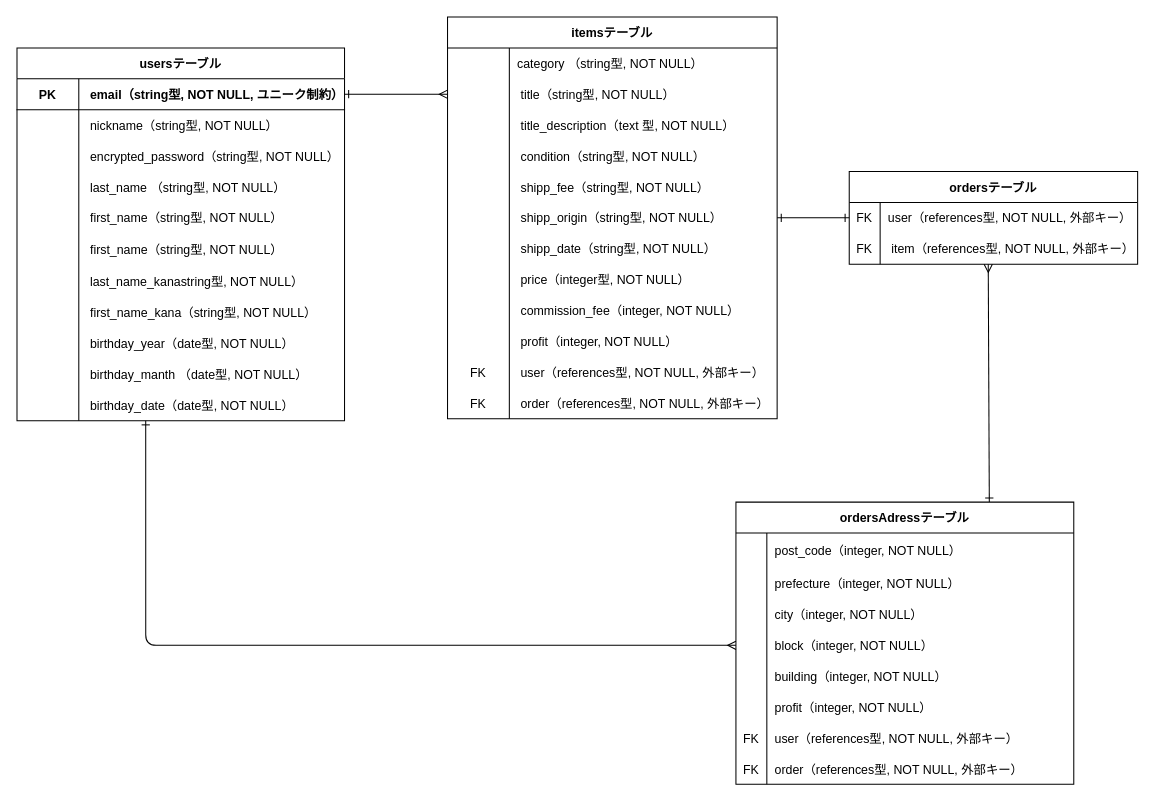
Before: ER.dio in kiyo0522/furima-40252, a draw.io diagram. Source tidied: cells renumbered, new cells numbered last; positions are measured from the earlier drawing's top-left corner, leaving out a move shared by most shapes. Both pictures are drawn from the tidied source at 103%, with x=0, y=0 at pixel (1, 16).
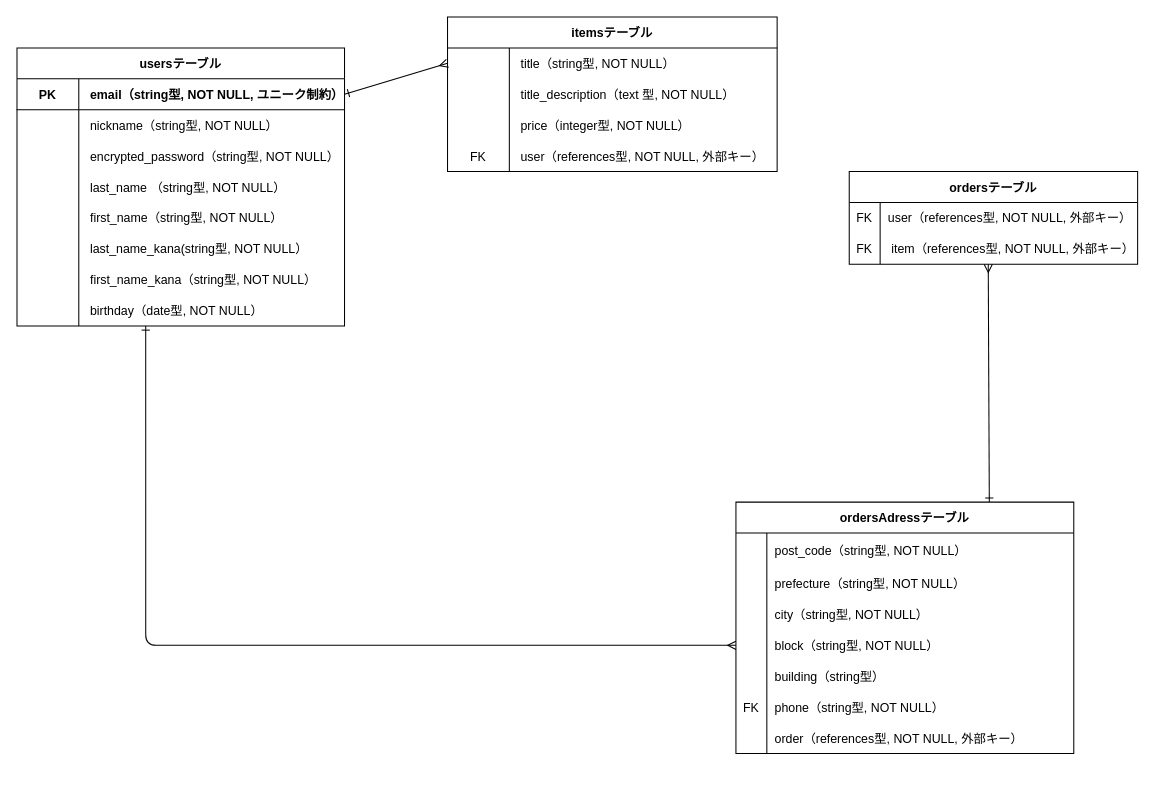
Above is the later version.

Commit message (it also covers changes not shown here):
データベース設計修正

The change refers to these unchanged cells:
```xml
<mxCell id="77" value="ordersテーブル" style="shape=table;startSize=30;childLayout=tableLayout;rowLines=0;fontStyle=1;align=center;strokeColor=default;" parent="1" vertex="1">
  <mxGeometry x="823" y="150" width="280" height="90" as="geometry" />
</mxCell>
<mxCell id="78" style="shape=tableRow;horizontal=0;startSize=0;swimlaneHead=0;swimlaneBody=0;fillColor=none;points=[[0,0.5],[1,0.5]];portConstraint=eastwest;top=0;left=0;right=0;bottom=0;strokeColor=default;" parent="77" vertex="1">
  <mxGeometry y="30" width="280" height="30" as="geometry" />
</mxCell>
<mxCell id="85" style="shape=tableRow;horizontal=0;startSize=0;swimlaneHead=0;swimlaneBody=0;fillColor=none;top=0;left=0;right=0;bottom=0;strokeColor=default;" parent="84" vertex="1">
  <mxGeometry y="30" width="328" height="34" as="geometry" />
</mxCell>
<mxCell id="88" style="shape=tableRow;horizontal=0;startSize=0;swimlaneHead=0;swimlaneBody=0;fillColor=none;top=0;left=0;right=0;bottom=0;strokeColor=default;" parent="84" vertex="1">
  <mxGeometry y="64" width="328" height="30" as="geometry" />
</mxCell>
<mxCell id="91" style="shape=tableRow;horizontal=0;startSize=0;swimlaneHead=0;swimlaneBody=0;fillColor=none;top=0;left=0;right=0;bottom=0;strokeColor=default;" parent="84" vertex="1">
  <mxGeometry y="94" width="328" height="30" as="geometry" />
</mxCell>
<mxCell id="94" style="shape=tableRow;horizontal=0;startSize=0;swimlaneHead=0;swimlaneBody=0;fillColor=none;points=[[0,0.5],[1,0.5]];portConstraint=eastwest;top=0;left=0;right=0;bottom=0;strokeColor=default;" parent="84" vertex="1">
  <mxGeometry y="124" width="328" height="30" as="geometry" />
</mxCell>
<mxCell id="97" style="shape=tableRow;horizontal=0;startSize=0;swimlaneHead=0;swimlaneBody=0;fillColor=none;top=0;left=0;right=0;bottom=0;strokeColor=default;" parent="84" vertex="1">
  <mxGeometry y="154" width="328" height="30" as="geometry" />
</mxCell>
```

Change to the diagram source:
```diff
@@
     <mxCell id="4" value="usersテーブル" style="shape=table;startSize=30;childLayout=tableLayout;rowLines=0;fontStyle=1;align=center;strokeColor=default;" parent="1" vertex="1">
-      <mxGeometry x="15" y="30" width="318" height="362" as="geometry" />
+      <mxGeometry x="15" y="30" width="318" height="270" as="geometry" />
     </mxCell>
@@
-    <mxCell id="20" style="shape=tableRow;horizontal=0;startSize=0;swimlaneHead=0;swimlaneBody=0;fillColor=none;top=0;left=0;right=0;bottom=0;" parent="4" vertex="1">
-      <mxGeometry y="180" width="318" height="32" as="geometry" />
-    </mxCell>
-    <mxCell id="21" style="shape=partialRectangle;fillColor=none;top=0;left=0;bottom=0;right=0;overflow=hidden;" parent="20" vertex="1">
-      <mxGeometry width="60" height="32" as="geometry" />
-    </mxCell>
-    <mxCell id="22" value=" first_name（string型, NOT NULL）" style="shape=partialRectangle;fillColor=none;top=0;left=0;bottom=0;right=0;align=left;spacingLeft=6;overflow=hidden;" parent="20" vertex="1">
-      <mxGeometry x="60" width="258" height="32" as="geometry" />
-    </mxCell>
     <mxCell id="23" style="shape=tableRow;horizontal=0;startSize=0;swimlaneHead=0;swimlaneBody=0;fillColor=none;top=0;left=0;right=0;bottom=0;" parent="4" vertex="1">
-      <mxGeometry y="212" width="318" height="30" as="geometry" />
+      <mxGeometry y="180" width="318" height="30" as="geometry" />
     </mxCell>
@@
-    <mxCell id="25" value=" last_name_kanastring型, NOT NULL）" style="shape=partialRectangle;fillColor=none;top=0;left=0;bottom=0;right=0;align=left;spacingLeft=6;overflow=hidden;" parent="23" vertex="1">
+    <mxCell id="25" value=" last_name_kana(string型, NOT NULL）" style="shape=partialRectangle;fillColor=none;top=0;left=0;bottom=0;right=0;align=left;spacingLeft=6;overflow=hidden;" parent="23" vertex="1">
       <mxGeometry x="60" width="258" height="30" as="geometry" />
     </mxCell>
     <mxCell id="26" style="shape=tableRow;horizontal=0;startSize=0;swimlaneHead=0;swimlaneBody=0;fillColor=none;top=0;left=0;right=0;bottom=0;" parent="4" vertex="1">
-      <mxGeometry y="242" width="318" height="30" as="geometry" />
+      <mxGeometry y="210" width="318" height="30" as="geometry" />
     </mxCell>
@@
-    <mxCell id="29" style="shape=tableRow;horizontal=0;startSize=0;swimlaneHead=0;swimlaneBody=0;fillColor=none;top=0;left=0;right=0;bottom=0;" parent="4" vertex="1">
-      <mxGeometry y="272" width="318" height="30" as="geometry" />
-    </mxCell>
-    <mxCell id="30" style="shape=partialRectangle;fillColor=none;top=0;left=0;bottom=0;right=0;overflow=hidden;" parent="29" vertex="1">
-      <mxGeometry width="60" height="30" as="geometry" />
-    </mxCell>
-    <mxCell id="31" value=" birthday_year（date型, NOT NULL）" style="shape=partialRectangle;fillColor=none;top=0;left=0;bottom=0;right=0;align=left;spacingLeft=6;overflow=hidden;" parent="29" vertex="1">
-      <mxGeometry x="60" width="258" height="30" as="geometry" />
-    </mxCell>
-    <mxCell id="32" style="shape=tableRow;horizontal=0;startSize=0;swimlaneHead=0;swimlaneBody=0;fillColor=none;top=0;left=0;right=0;bottom=0;" parent="4" vertex="1">
-      <mxGeometry y="302" width="318" height="30" as="geometry" />
-    </mxCell>
-    <mxCell id="33" style="shape=partialRectangle;fillColor=none;top=0;left=0;bottom=0;right=0;overflow=hidden;" parent="32" vertex="1">
-      <mxGeometry width="60" height="30" as="geometry" />
-    </mxCell>
-    <mxCell id="34" value=" birthday_manth （date型, NOT NULL） " style="shape=partialRectangle;fillColor=none;top=0;left=0;bottom=0;right=0;align=left;spacingLeft=6;overflow=hidden;" parent="32" vertex="1">
-      <mxGeometry x="60" width="258" height="30" as="geometry" />
-    </mxCell>
     <mxCell id="35" style="shape=tableRow;horizontal=0;startSize=0;swimlaneHead=0;swimlaneBody=0;fillColor=none;points=[[0,0.5],[1,0.5]];portConstraint=eastwest;top=0;left=0;right=0;bottom=0;" parent="4" vertex="1">
-      <mxGeometry y="332" width="318" height="30" as="geometry" />
+      <mxGeometry y="240" width="318" height="30" as="geometry" />
     </mxCell>
@@
-    <mxCell id="37" value=" birthday_date（date型, NOT NULL）" style="shape=partialRectangle;fillColor=none;top=0;left=0;bottom=0;right=0;align=left;spacingLeft=6;overflow=hidden;" parent="35" vertex="1">
+    <mxCell id="37" value=" birthday（date型, NOT NULL）" style="shape=partialRectangle;fillColor=none;top=0;left=0;bottom=0;right=0;align=left;spacingLeft=6;overflow=hidden;" parent="35" vertex="1">
       <mxGeometry x="60" width="258" height="30" as="geometry" />
     </mxCell>
     <mxCell id="38" value="itemsテーブル" style="shape=table;startSize=30;childLayout=tableLayout;rowLines=0;fontStyle=1;align=center;strokeColor=default;" parent="1" vertex="1">
-      <mxGeometry x="433" width="320" height="390" as="geometry" />
+      <mxGeometry x="433" width="320" height="150" as="geometry" />
     </mxCell>
-    <mxCell id="39" style="shape=tableRow;horizontal=0;startSize=0;swimlaneHead=0;swimlaneBody=0;fillColor=none;top=0;left=0;right=0;bottom=0;" parent="38" vertex="1">
-      <mxGeometry y="30" width="320" height="30" as="geometry" />
-    </mxCell>
-    <mxCell id="40" style="shape=partialRectangle;fillColor=none;top=0;left=0;bottom=0;right=0;overflow=hidden;" parent="39" vertex="1">
-      <mxGeometry width="60" height="30" as="geometry" />
-    </mxCell>
-    <mxCell id="41" value="category （string型, NOT NULL）" style="shape=partialRectangle;fillColor=none;top=0;left=0;bottom=0;right=0;align=left;spacingLeft=6;overflow=hidden;" parent="39" vertex="1">
-      <mxGeometry x="60" width="260" height="30" as="geometry" />
-    </mxCell>
     <mxCell id="42" style="shape=tableRow;horizontal=0;startSize=0;swimlaneHead=0;swimlaneBody=0;fillColor=none;points=[[0,0.5],[1,0.5]];portConstraint=eastwest;top=0;left=0;right=0;bottom=0;" parent="38" vertex="1">
-      <mxGeometry y="60" width="320" height="30" as="geometry" />
+      <mxGeometry y="30" width="320" height="30" as="geometry" />
     </mxCell>
@@
     <mxCell id="45" style="shape=tableRow;horizontal=0;startSize=0;swimlaneHead=0;swimlaneBody=0;fillColor=none;top=0;left=0;right=0;bottom=0;" parent="38" vertex="1">
-      <mxGeometry y="90" width="320" height="30" as="geometry" />
+      <mxGeometry y="60" width="320" height="30" as="geometry" />
     </mxCell>
@@
-    <mxCell id="48" style="shape=tableRow;horizontal=0;startSize=0;swimlaneHead=0;swimlaneBody=0;fillColor=none;top=0;left=0;right=0;bottom=0;" parent="38" vertex="1">
-      <mxGeometry y="120" width="320" height="30" as="geometry" />
-    </mxCell>
-    <mxCell id="49" style="shape=partialRectangle;fillColor=none;top=0;left=0;bottom=0;right=0;overflow=hidden;" parent="48" vertex="1">
-      <mxGeometry width="60" height="30" as="geometry" />
-    </mxCell>
-    <mxCell id="50" value=" condition（string型, NOT NULL）" style="shape=partialRectangle;fillColor=none;top=0;left=0;bottom=0;right=0;align=left;spacingLeft=6;overflow=hidden;" parent="48" vertex="1">
-      <mxGeometry x="60" width="260" height="30" as="geometry" />
-    </mxCell>
-    <mxCell id="51" style="shape=tableRow;horizontal=0;startSize=0;swimlaneHead=0;swimlaneBody=0;fillColor=none;top=0;left=0;right=0;bottom=0;" parent="38" vertex="1">
-      <mxGeometry y="150" width="320" height="30" as="geometry" />
-    </mxCell>
-    <mxCell id="52" style="shape=partialRectangle;fillColor=none;top=0;left=0;bottom=0;right=0;overflow=hidden;" parent="51" vertex="1">
-      <mxGeometry width="60" height="30" as="geometry" />
-    </mxCell>
-    <mxCell id="53" value=" shipp_fee（string型, NOT NULL）" style="shape=partialRectangle;fillColor=none;top=0;left=0;bottom=0;right=0;align=left;spacingLeft=6;overflow=hidden;" parent="51" vertex="1">
-      <mxGeometry x="60" width="260" height="30" as="geometry" />
-    </mxCell>
-    <mxCell id="54" style="shape=tableRow;horizontal=0;startSize=0;swimlaneHead=0;swimlaneBody=0;fillColor=none;points=[[0,0.5],[1,0.5]];portConstraint=eastwest;top=0;left=0;right=0;bottom=0;" parent="38" vertex="1">
-      <mxGeometry y="180" width="320" height="30" as="geometry" />
-    </mxCell>
-    <mxCell id="55" style="shape=partialRectangle;fillColor=none;top=0;left=0;bottom=0;right=0;overflow=hidden;" parent="54" vertex="1">
-      <mxGeometry width="60" height="30" as="geometry" />
-    </mxCell>
-    <mxCell id="56" value=" shipp_origin（string型, NOT NULL）" style="shape=partialRectangle;fillColor=none;top=0;left=0;bottom=0;right=0;align=left;spacingLeft=6;overflow=hidden;" parent="54" vertex="1">
-      <mxGeometry x="60" width="260" height="30" as="geometry" />
-    </mxCell>
-    <mxCell id="57" style="shape=tableRow;horizontal=0;startSize=0;swimlaneHead=0;swimlaneBody=0;fillColor=none;top=0;left=0;right=0;bottom=0;" parent="38" vertex="1">
-      <mxGeometry y="210" width="320" height="30" as="geometry" />
-    </mxCell>
-    <mxCell id="58" style="shape=partialRectangle;fillColor=none;top=0;left=0;bottom=0;right=0;overflow=hidden;" parent="57" vertex="1">
-      <mxGeometry width="60" height="30" as="geometry" />
-    </mxCell>
-    <mxCell id="59" value=" shipp_date（string型, NOT NULL）" style="shape=partialRectangle;fillColor=none;top=0;left=0;bottom=0;right=0;align=left;spacingLeft=6;overflow=hidden;" parent="57" vertex="1">
-      <mxGeometry x="60" width="260" height="30" as="geometry" />
-    </mxCell>
     <mxCell id="60" style="shape=tableRow;horizontal=0;startSize=0;swimlaneHead=0;swimlaneBody=0;fillColor=none;top=0;left=0;right=0;bottom=0;" parent="38" vertex="1">
-      <mxGeometry y="240" width="320" height="30" as="geometry" />
+      <mxGeometry y="90" width="320" height="30" as="geometry" />
     </mxCell>
@@
-    <mxCell id="63" style="shape=tableRow;horizontal=0;startSize=0;swimlaneHead=0;swimlaneBody=0;fillColor=none;top=0;left=0;right=0;bottom=0;strokeColor=default;" parent="38" vertex="1">
-      <mxGeometry y="270" width="320" height="30" as="geometry" />
-    </mxCell>
-    <mxCell id="64" style="shape=partialRectangle;fillColor=none;top=0;left=0;bottom=0;right=0;overflow=hidden;strokeColor=default;" parent="63" vertex="1">
-      <mxGeometry width="60" height="30" as="geometry" />
-    </mxCell>
-    <mxCell id="65" value=" commission_fee（integer, NOT NULL）" style="shape=partialRectangle;fillColor=none;top=0;left=0;bottom=0;right=0;align=left;spacingLeft=6;overflow=hidden;strokeColor=default;" parent="63" vertex="1">
-      <mxGeometry x="60" width="260" height="30" as="geometry" />
-    </mxCell>
-    <mxCell id="66" style="shape=tableRow;horizontal=0;startSize=0;swimlaneHead=0;swimlaneBody=0;fillColor=none;top=0;left=0;right=0;bottom=0;strokeColor=default;" parent="38" vertex="1">
-      <mxGeometry y="300" width="320" height="30" as="geometry" />
-    </mxCell>
-    <mxCell id="67" style="shape=partialRectangle;fillColor=none;top=0;left=0;bottom=0;right=0;overflow=hidden;strokeColor=default;" parent="66" vertex="1">
-      <mxGeometry width="60" height="30" as="geometry" />
-    </mxCell>
-    <mxCell id="68" value=" profit（integer, NOT NULL）" style="shape=partialRectangle;fillColor=none;top=0;left=0;bottom=0;right=0;align=left;spacingLeft=6;overflow=hidden;strokeColor=default;" parent="66" vertex="1">
-      <mxGeometry x="60" width="260" height="30" as="geometry" />
-    </mxCell>
     <mxCell id="69" style="shape=tableRow;horizontal=0;startSize=0;swimlaneHead=0;swimlaneBody=0;fillColor=none;top=0;left=0;right=0;bottom=0;strokeColor=default;" parent="38" vertex="1">
-      <mxGeometry y="330" width="320" height="30" as="geometry" />
+      <mxGeometry y="120" width="320" height="30" as="geometry" />
     </mxCell>
@@
-    <mxCell id="72" style="shape=tableRow;horizontal=0;startSize=0;swimlaneHead=0;swimlaneBody=0;fillColor=none;top=0;left=0;right=0;bottom=0;" parent="38" vertex="1">
-      <mxGeometry y="360" width="320" height="30" as="geometry" />
-    </mxCell>
-    <mxCell id="73" value="FK" style="shape=partialRectangle;fillColor=none;top=0;left=0;bottom=0;right=0;overflow=hidden;" parent="72" vertex="1">
-      <mxGeometry width="60" height="30" as="geometry" />
-    </mxCell>
-    <mxCell id="74" value=" order（references型, NOT NULL, 外部キー）" style="shape=partialRectangle;fillColor=none;top=0;left=0;bottom=0;right=0;align=left;spacingLeft=6;overflow=hidden;" parent="72" vertex="1">
-      <mxGeometry x="60" width="260" height="30" as="geometry" />
-    </mxCell>
@@
     <mxCell id="84" value="ordersAdressテーブル" style="shape=table;startSize=30;childLayout=tableLayout;rowLines=0;fontStyle=1;align=center;strokeColor=default;" parent="1" vertex="1">
-      <mxGeometry x="713" y="471" width="328" height="274" as="geometry" />
+      <mxGeometry x="713" y="471" width="328" height="244" as="geometry" />
     </mxCell>
@@
-    <mxCell id="87" value="post_code（integer, NOT NULL）" style="shape=partialRectangle;fillColor=none;top=0;left=0;bottom=0;right=0;align=left;spacingLeft=6;overflow=hidden;strokeColor=default;" parent="85" vertex="1">
+    <mxCell id="87" value="post_code（string型, NOT NULL）" style="shape=partialRectangle;fillColor=none;top=0;left=0;bottom=0;right=0;align=left;spacingLeft=6;overflow=hidden;strokeColor=default;" parent="85" vertex="1">
       <mxGeometry x="30" width="298" height="34" as="geometry" />
     </mxCell>
@@
-    <mxCell id="90" value="prefecture（integer, NOT NULL）" style="shape=partialRectangle;fillColor=none;top=0;left=0;bottom=0;right=0;align=left;spacingLeft=6;overflow=hidden;strokeColor=default;" parent="88" vertex="1">
+    <mxCell id="90" value="prefecture（string型, NOT NULL）" style="shape=partialRectangle;fillColor=none;top=0;left=0;bottom=0;right=0;align=left;spacingLeft=6;overflow=hidden;strokeColor=default;" parent="88" vertex="1">
       <mxGeometry x="30" width="298" height="30" as="geometry" />
     </mxCell>
@@
-    <mxCell id="93" value="city（integer, NOT NULL）" style="shape=partialRectangle;fillColor=none;top=0;left=0;bottom=0;right=0;align=left;spacingLeft=6;overflow=hidden;strokeColor=default;" parent="91" vertex="1">
+    <mxCell id="93" value="city（string型, NOT NULL）" style="shape=partialRectangle;fillColor=none;top=0;left=0;bottom=0;right=0;align=left;spacingLeft=6;overflow=hidden;strokeColor=default;" parent="91" vertex="1">
       <mxGeometry x="30" width="298" height="30" as="geometry" />
     </mxCell>
@@
-    <mxCell id="96" value="block（integer, NOT NULL）" style="shape=partialRectangle;fillColor=none;top=0;left=0;bottom=0;right=0;align=left;spacingLeft=6;overflow=hidden;strokeColor=default;" parent="94" vertex="1">
+    <mxCell id="96" value="block（string型, NOT NULL）" style="shape=partialRectangle;fillColor=none;top=0;left=0;bottom=0;right=0;align=left;spacingLeft=6;overflow=hidden;strokeColor=default;" parent="94" vertex="1">
       <mxGeometry x="30" width="298" height="30" as="geometry" />
     </mxCell>
@@
-    <mxCell id="99" value="building（integer, NOT NULL）" style="shape=partialRectangle;fillColor=none;top=0;left=0;bottom=0;right=0;align=left;spacingLeft=6;overflow=hidden;strokeColor=default;" parent="97" vertex="1">
+    <mxCell id="99" value="building（string型）" style="shape=partialRectangle;fillColor=none;top=0;left=0;bottom=0;right=0;align=left;spacingLeft=6;overflow=hidden;strokeColor=default;" parent="97" vertex="1">
       <mxGeometry x="30" width="298" height="30" as="geometry" />
     </mxCell>
-    <mxCell id="100" style="shape=tableRow;horizontal=0;startSize=0;swimlaneHead=0;swimlaneBody=0;fillColor=none;top=0;left=0;right=0;bottom=0;strokeColor=default;" parent="84" vertex="1">
-      <mxGeometry y="184" width="328" height="30" as="geometry" />
-    </mxCell>
-    <mxCell id="101" style="shape=partialRectangle;fillColor=none;top=0;left=0;bottom=0;right=0;overflow=hidden;strokeColor=default;" parent="100" vertex="1">
-      <mxGeometry width="30" height="30" as="geometry" />
-    </mxCell>
-    <mxCell id="102" value="profit（integer, NOT NULL）" style="shape=partialRectangle;fillColor=none;top=0;left=0;bottom=0;right=0;align=left;spacingLeft=6;overflow=hidden;strokeColor=default;" parent="100" vertex="1">
-      <mxGeometry x="30" width="298" height="30" as="geometry" />
-    </mxCell>
-    <mxCell id="103" style="shape=tableRow;horizontal=0;startSize=0;swimlaneHead=0;swimlaneBody=0;fillColor=none;top=0;left=0;right=0;bottom=0;strokeColor=default;" parent="84" vertex="1">
-      <mxGeometry y="214" width="328" height="30" as="geometry" />
-    </mxCell>
-    <mxCell id="104" value="FK" style="shape=partialRectangle;fillColor=none;top=0;left=0;bottom=0;right=0;overflow=hidden;strokeColor=default;" parent="103" vertex="1">
-      <mxGeometry width="30" height="30" as="geometry" />
-    </mxCell>
-    <mxCell id="105" value="user（references型, NOT NULL, 外部キー）" style="shape=partialRectangle;fillColor=none;top=0;left=0;bottom=0;right=0;align=left;spacingLeft=6;overflow=hidden;strokeColor=default;" parent="103" vertex="1">
-      <mxGeometry x="30" width="298" height="30" as="geometry" />
-    </mxCell>
     <mxCell id="106" style="shape=tableRow;horizontal=0;startSize=0;swimlaneHead=0;swimlaneBody=0;fillColor=none;top=0;left=0;right=0;bottom=0;strokeColor=default;" parent="84" vertex="1">
-      <mxGeometry y="244" width="328" height="30" as="geometry" />
+      <mxGeometry y="184" width="328" height="30" as="geometry" />
     </mxCell>
@@
-    <mxCell id="108" value="order（references型, NOT NULL, 外部キー）" style="shape=partialRectangle;fillColor=none;top=0;left=0;bottom=0;right=0;align=left;spacingLeft=6;overflow=hidden;strokeColor=default;" parent="106" vertex="1">
+    <mxCell id="108" value="phone（string型, NOT NULL）" style="shape=partialRectangle;fillColor=none;top=0;left=0;bottom=0;right=0;align=left;spacingLeft=6;overflow=hidden;strokeColor=default;" parent="106" vertex="1">
       <mxGeometry x="30" width="298" height="30" as="geometry" />
     </mxCell>
+    <mxCell id="111" style="shape=tableRow;horizontal=0;startSize=0;swimlaneHead=0;swimlaneBody=0;fillColor=none;top=0;left=0;right=0;bottom=0;" parent="84" vertex="1">
+      <mxGeometry y="214" width="328" height="30" as="geometry" />
+    </mxCell>
+    <mxCell id="112" style="shape=partialRectangle;fillColor=none;top=0;left=0;bottom=0;right=0;overflow=hidden;" parent="111" vertex="1">
+      <mxGeometry width="30" height="30" as="geometry" />
+    </mxCell>
+    <mxCell id="74" value="order（references型, NOT NULL, 外部キー）" style="shape=partialRectangle;fillColor=none;top=0;left=0;bottom=0;right=0;align=left;spacingLeft=6;overflow=hidden;" parent="111" vertex="1">
+      <mxGeometry x="30" width="298" height="30" as="geometry" />
+    </mxCell>
-    <mxCell id="109" style="edgeStyle=none;html=1;exitX=1;exitY=0.5;exitDx=0;exitDy=0;entryX=0;entryY=0.5;entryDx=0;entryDy=0;strokeWidth=1;startArrow=ERone;startFill=0;endArrow=oval;endFill=1;startSize=0;endSize=0;sourcePerimeterSpacing=0;targetPerimeterSpacing=10;rounded=0;jumpStyle=sharp;strokeColor=none;" parent="1" edge="1" source="54" target="77">
+    <mxCell id="109" style="edgeStyle=none;html=1;exitX=1;exitY=0.5;exitDx=0;exitDy=0;entryX=0;entryY=0.5;entryDx=0;entryDy=0;strokeWidth=1;startArrow=ERone;startFill=0;endArrow=oval;endFill=1;startSize=0;endSize=0;sourcePerimeterSpacing=0;targetPerimeterSpacing=10;rounded=0;jumpStyle=sharp;strokeColor=none;" parent="1" edge="1" target="77">
       <mxGeometry relative="1" as="geometry" />
     </mxCell>
-    <mxCell id="110" style="edgeStyle=none;rounded=1;jumpStyle=none;html=1;exitX=1;exitY=0.5;exitDx=0;exitDy=0;entryX=0;entryY=0.5;entryDx=0;entryDy=0;strokeWidth=1;startArrow=ERone;startFill=0;endArrow=ERone;endFill=0;sourcePerimeterSpacing=0;targetPerimeterSpacing=10;" parent="1" edge="1" source="54" target="78">
+    <mxCell id="110" style="edgeStyle=none;rounded=1;jumpStyle=none;html=1;exitX=1;exitY=0.5;exitDx=0;exitDy=0;entryX=0;entryY=0.5;entryDx=0;entryDy=0;strokeWidth=1;startArrow=ERone;startFill=0;endArrow=ERone;endFill=0;sourcePerimeterSpacing=0;targetPerimeterSpacing=10;" parent="1" edge="1" target="78">
       <mxGeometry relative="1" as="geometry" />
     </mxCell>
```
